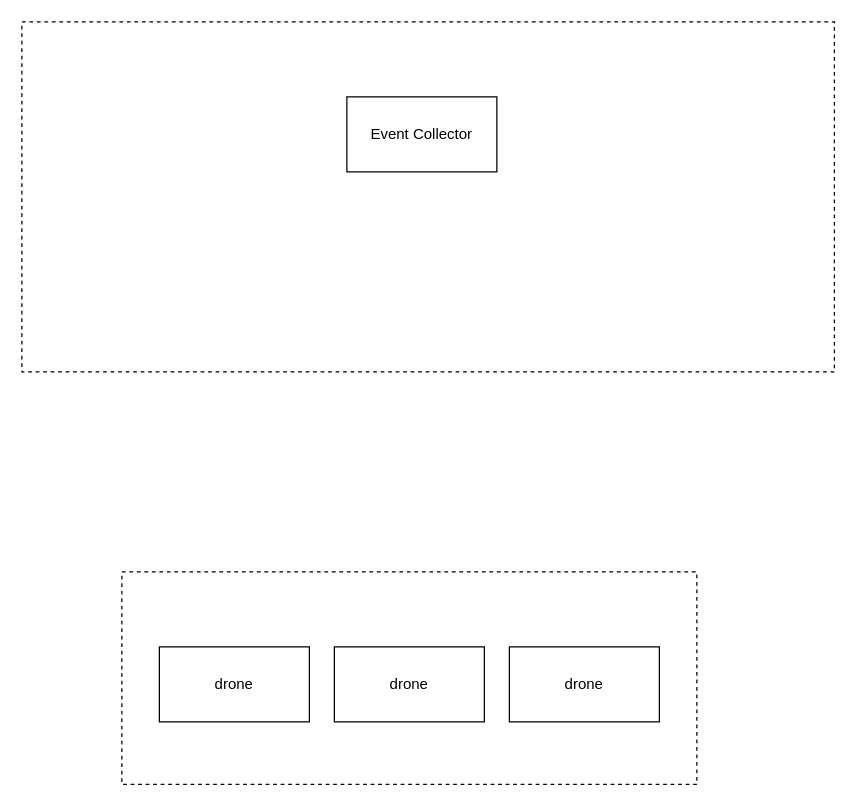
Above: page "architecture" (1 of 2) of docs/architecture.drawio in olah0la/drone-delivery (draw.io), before the change. Source tidied: cells renumbered, new cells numbered last; positions are measured from the earlier drawing's top-left corner, leaving out a move shared by most shapes. Both pictures are drawn from the tidied source at 125%, with x=0, y=0 at pixel (21, 21).
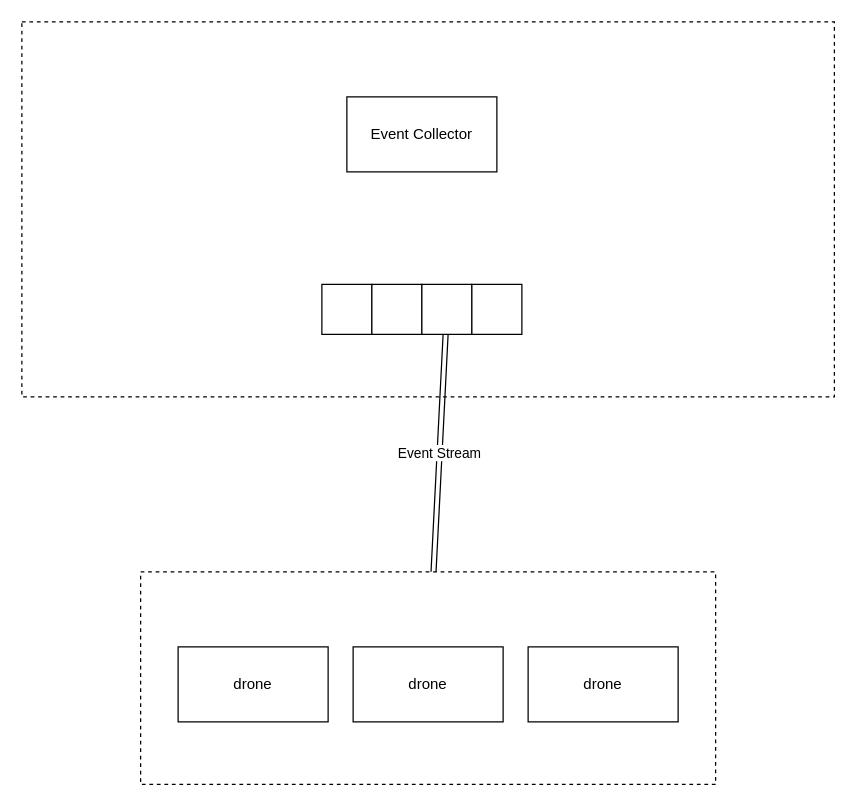
The same diagram, later.

Diff of the diagram source:
```diff
@@
 <mxGraphModel>
   <root>
     <mxCell id="0" />
     <mxCell id="1" parent="0" />
     <mxCell id="2" style="rounded=0;whiteSpace=wrap;html=1;dashed=1;" parent="1" vertex="1">
-      <mxGeometry width="650" height="280" as="geometry" />
+      <mxGeometry width="650" height="300" as="geometry" />
     </mxCell>
     <mxCell id="3" value="Event Collector" style="rounded=0;whiteSpace=wrap;html=1;" parent="1" vertex="1">
       <mxGeometry x="260" y="60" width="120" height="60" as="geometry" />
     </mxCell>
     <mxCell id="4" style="group;" parent="1" vertex="1">
-      <mxGeometry x="80" y="440" width="460" height="170" as="geometry" />
+      <mxGeometry x="95" y="440" width="460" height="170" as="geometry" />
     </mxCell>
     <mxCell id="5" style="rounded=0;whiteSpace=wrap;html=1;dashed=1;" parent="4" vertex="1">
       <mxGeometry width="460" height="170" as="geometry" />
     </mxCell>
     <mxCell id="6" value="drone" style="rounded=0;whiteSpace=wrap;html=1;" parent="4" vertex="1">
       <mxGeometry x="310" y="60" width="120" height="60" as="geometry" />
     </mxCell>
     <mxCell id="7" value="drone" style="rounded=0;whiteSpace=wrap;html=1;" parent="4" vertex="1">
       <mxGeometry x="170" y="60" width="120" height="60" as="geometry" />
     </mxCell>
     <mxCell id="8" value="drone" style="rounded=0;whiteSpace=wrap;html=1;" parent="4" vertex="1">
       <mxGeometry x="30" y="60" width="120" height="60" as="geometry" />
     </mxCell>
+    <mxCell id="9" style="group;" parent="1" vertex="1">
+      <mxGeometry x="240" y="210" width="160" height="40" as="geometry" />
+    </mxCell>
+    <mxCell id="10" style="whiteSpace=wrap;html=1;" parent="9" vertex="1">
+      <mxGeometry width="40" height="40" as="geometry" />
+    </mxCell>
+    <mxCell id="11" style="whiteSpace=wrap;html=1;" parent="9" vertex="1">
+      <mxGeometry x="40" width="40" height="40" as="geometry" />
+    </mxCell>
+    <mxCell id="12" style="whiteSpace=wrap;html=1;" parent="9" vertex="1">
+      <mxGeometry x="80" width="40" height="40" as="geometry" />
+    </mxCell>
+    <mxCell id="13" style="whiteSpace=wrap;html=1;" parent="9" vertex="1">
+      <mxGeometry x="120" width="40" height="40" as="geometry" />
+    </mxCell>
+    <mxCell id="14" value="Event Stream" style="edgeStyle=none;html=1;shape=link;" parent="1" edge="1" source="5" target="12">
+      <mxGeometry relative="1" as="geometry" />
+    </mxCell>
   </root>
 </mxGraphModel>
```
